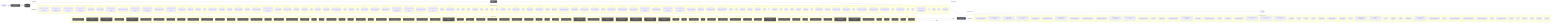
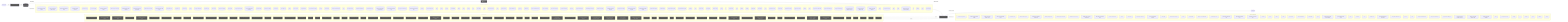
flowchart LR
  UserQ(["👤 User Query"])
  Embed["📐 Embedding Model"]
  VecDB[("📚 Vector Store")]
  Retriever["🔍 Retriever"]
  LLMNode["🧠 LLM / Generator"]
  Output(["✅ Response"])
  UserQ -->|query| Embed
  Embed -->|vector| VecDB
  VecDB -->|top-k chunks| Retriever
  Retriever -->|context + query| LLMNode
  LLMNode -->|generated answer| Output
  subgraph DetectedMemory["Detected memory stores"]
    det_detectedmemory_check_steering_feedback_contract_80134459[("check-steering-feedback-contract")]
    det_detectedmemory_prompt_context_drift_validate_runner_c8ecc6f5[("prompt-context-drift-validate-runner")]
    det_detectedmemory_prompt_context_drift_write_runner_69e6a4fd[("prompt-context-drift-write-runner")]
    det_detectedmemory_normalize_workflow_contracts_8701f1c8[("normalize-workflow-contracts")]
    det_detectedmemory_run_harness_evals_77704768[("run-harness-evals")]
    det_detectedmemory_sync_codex_preflight_7e7a8dc2[("sync-codex-preflight")]
    det_detectedmemory_test_harness_upgrade_matrix_84113c4e[("test-harness-upgrade-matrix")]
    det_detectedmemory_validate_prompt_context_drift_8c949ef6[("validate-prompt-context-drift")]
    det_detectedmemory_validate_runtime_packet_schemas_bc3ba8ec[("validate-runtime-packet-schemas")]
    det_detectedmemory_validate_system_prompt_gap_adoption_62d8c955[("validate-system-prompt-gap-adoption")]
    det_detectedmemory_validate_workflow_contracts_33dc063c[("validate-workflow-contracts")]
    det_detectedmemory_write_prompt_context_drift_report_71a4e149[("write-prompt-context-drift-report")]
    det_detectedmemory_branch_protect_core_a8feb0fd[("branch-protect-core")]
    det_detectedmemory_ci_migrate_core_7005b5af[("ci-migrate-core")]
    det_detectedmemory_context_health_80bb7da9[("context-health")]
    det_detectedmemory_context_ea7792a2[("context")]
    det_detectedmemory_docs_gate_classification_2f51c90b[("docs-gate-classification")]
    det_detectedmemory_docs_gate_types_d285abb6[("docs-gate-types")]
    det_detectedmemory_index_context_de3ed39d[("index-context")]
    det_detectedmemory_local_memory_preflight_dcc36c42[("local-memory-preflight")]
    det_detectedmemory_memory_gate_a577a506[("memory-gate")]
    det_detectedmemory_next_prompt_context_drift_3c5a93d5[("next-prompt-context-drift")]
    det_detectedmemory_next_recommendation_decisions_03315dd4[("next-recommendation-decisions")]
    det_detectedmemory_next_runner_state_be6fe997[("next-runner-state")]
    det_detectedmemory_pattern_scope_siblings_43abe000[("pattern-scope-siblings")]
    det_detectedmemory_review_context_ca6cf81d[("review-context")]
    det_detectedmemory_review_gate_core_4c8001f9[("review-gate-core")]
    det_detectedmemory_search_24193290[("search")]
    det_detectedmemory_session_context_e5ec72c0[("session-context")]
    det_detectedmemory_tooling_audit_core_328d6a41[("tooling-audit-core")]
    det_detectedmemory_run_local_memory_preflight_36e92808[("run-local-memory-preflight")]
    det_detectedmemory_checker_d2d2328e[("checker")]
    det_detectedmemory_context_health_1_ceb11829[("context-health")]
+     det_detectedmemory_prompt_context_drift_surface_c1e30b42[("prompt-context-drift-surface")]
    det_detectedmemory_types_2_d9bc6e7a[("types")]
    det_detectedmemory_branch_protect_sync_570adb18[("branch-protect-sync")]
    det_detectedmemory_command_capability_rules_ca3f496a[("command-capability-rules")]
    det_detectedmemory_command_specs_core_1c0ffc99[("command-specs-core")]
    det_detectedmemory_local_memory_preflight_command_spec_9e23f3ce[("local-memory-preflight-command-spec")]
    det_detectedmemory_memory_gate_command_spec_dc9001a9[("memory-gate-command-spec")]
    det_detectedmemory_review_gate_command_spec_3187376a[("review-gate-command-spec")]
    det_detectedmemory_session_context_command_spec_973afbb1[("session-context-command-spec")]
    det_detectedmemory_constants_7517017f[("constants")]
    det_detectedmemory_context_compact_policy_3dcaf95d[("context-compact-policy")]
    det_detectedmemory_index_3_7e40d474[("index")]
    det_detectedmemory_indexer_70fa78e5[("indexer")]
    det_detectedmemory_init_error_5c7dd49f[("init-error")]
    det_detectedmemory_lexical_fallback_723e2b3e[("lexical-fallback")]
    det_detectedmemory_ollama_76e3c7bf[("ollama")]
    det_detectedmemory_rollout_a4fa034c[("rollout")]
    det_detectedmemory_sources_878a52fc[("sources")]
    det_detectedmemory_store_824d80d7[("store")]
    det_detectedmemory_sync_contract_c79fa191[("sync-contract")]
    det_detectedmemory_types_8_f6283648[("types")]
    det_detectedmemory_harness_run_context_ac7c77a9[("harness-run-context")]
    det_detectedmemory_index_4_013aa0e3[("index")]
    det_detectedmemory_json_schema_core_96d7e328[("json-schema-core")]
    det_detectedmemory_policy_validators_core_714a3fe7[("policy-validators-core")]
    det_detectedmemory_types_core_e405ddca[("types-core")]
    det_detectedmemory_validator_core_4358f8ba[("validator-core")]
    det_detectedmemory_archive_candidates_scanner_d0931789[("archive-candidates-scanner")]
    det_detectedmemory_archive_candidates_dc0e40e1[("archive-candidates")]
    det_detectedmemory_docs_task_eval_contract_79347457[("docs-task-eval-contract")]
    det_detectedmemory_docs_task_eval_fixtures_44902755[("docs-task-eval-fixtures")]
    det_detectedmemory_init_modes_c05ceb07[("init-modes")]
    det_detectedmemory_project_brain_templates_7ef51530[("project-brain-templates")]
    det_detectedmemory_scaffold_diagram_templates_dd88e83c[("scaffold-diagram-templates")]
    det_detectedmemory_scaffold_doc_templates_f6152330[("scaffold-doc-templates")]
    det_detectedmemory_scaffold_environment_templates_c1ceba6a[("scaffold-environment-templates")]
    det_detectedmemory_scaffold_hook_templates_8c74ab50[("scaffold-hook-templates")]
    det_detectedmemory_scaffold_root_command_templates_404fed7f[("scaffold-root-command-templates")]
    det_detectedmemory_scaffold_script_template_registry_69312d4e[("scaffold-script-template-registry")]
    det_detectedmemory_scaffold_shell_templates_0ad0f915[("scaffold-shell-templates")]
    det_detectedmemory_scaffold_surfaces_12d6494e[("scaffold-surfaces")]
    det_detectedmemory_scaffold_template_registry_b1cce2aa[("scaffold-template-registry")]
    det_detectedmemory_scaffold_workflow_template_92310587[("scaffold-workflow-template")]
    det_detectedmemory_eval_seed_5699fd3e[("eval-seed")]
    det_detectedmemory_index_10_f6785a46[("index")]
    det_detectedmemory_review_context_1_e3afed15[("review-context")]
    det_detectedmemory_memory_gate_1_265164ac[("memory-gate")]
    det_detectedmemory_branch_enforcer_acb749cd[("branch-enforcer")]
    det_detectedmemory_cli_args_5_09ea29f0[("cli-args")]
    det_detectedmemory_cli_7_dc4a9f7f[("cli")]
    det_detectedmemory_metrics_tracker_98cec29c[("metrics-tracker")]
    det_detectedmemory_types_20_071a0112[("types")]
    det_detectedmemory_validator_5_b19ac2be[("validator")]
    det_detectedmemory_classifier_fe1991a9[("classifier")]
    det_detectedmemory_tooling_paths_560ac80d[("tooling-paths")]
    det_detectedmemory_claim_helpers_20dc8387[("claim-helpers")]
    det_detectedmemory_types_25_89d086aa[("types")]
    det_detectedmemory_local_memory_smoke_1175abfc[("local-memory-smoke")]
    det_detectedmemory_local_memory_0db17ecc[("local-memory")]
    det_detectedmemory_performance_overload_c685bfcf[("performance-overload")]
    det_detectedmemory_suggestion_generator_0956f794[("suggestion-generator")]
+     det_detectedmemory_git_head_7346fd6a[("git-head")]
    det_detectedmemory_index_12_762ec91b[("index")]
    det_detectedmemory_prompt_context_drift_builder_a451c7dd[("prompt-context-drift-builder")]
    det_detectedmemory_prompt_context_drift_report_3257a95c[("prompt-context-drift-report")]
    det_detectedmemory_prompt_context_drift_types_ba6863d4[("prompt-context-drift-types")]
+     det_detectedmemory_prompt_context_drift_validation_evidence_21f0336f[("prompt-context-drift-validation-evidence")]
+     det_detectedmemory_prompt_context_drift_validation_utils_2285f4ac[("prompt-context-drift-validation-utils")]
+     det_detectedmemory_prompt_context_drift_validation_8fc01719[("prompt-context-drift-validation")]
    det_detectedmemory_index_13_97df39c8[("index")]
    det_detectedmemory_prompt_context_receipt_17b862b2[("prompt-context-receipt")]
    det_detectedmemory_types_32_bfe791ff[("types")]
    det_detectedmemory_policy_1_fc4198db[("policy")]
    det_detectedmemory_runtime_card_codex_runtime_validation_d8ce9934[("runtime-card-codex-runtime-validation")]
    det_detectedmemory_cli_12_01c06c37[("cli")]
    det_detectedmemory_collector_0736fd5b[("collector")]
    det_detectedmemory_types_35_93e66c64[("types")]
    det_detectedmemory_overload_guard_2748c559[("overload-guard")]
  end
  VecDB -. "implemented by" .-> DetectedMemory
  subgraph DetectedLLM["Detected LLM clients"]
    det_detectedllm_check_codex_agent_roles_5bb2e89b["check-codex-agent-roles"]
    det_detectedllm_check_steering_feedback_contract_80134459["check-steering-feedback-contract"]
    det_detectedllm_prompt_context_drift_validate_runner_c8ecc6f5["prompt-context-drift-validate-runner"]
    det_detectedllm_prompt_context_drift_write_runner_69e6a4fd["prompt-context-drift-write-runner"]
    det_detectedllm_run_harness_evals_77704768["run-harness-evals"]
    det_detectedllm_validate_decision_request_2e5c325e["validate-decision-request"]
    det_detectedllm_validate_goal_completion_audit_receipt_100d252c["validate-goal-completion-audit-receipt"]
    det_detectedllm_validate_packaged_skill_5e32c890["validate-packaged-skill"]
    det_detectedllm_validate_prompt_context_drift_8c949ef6["validate-prompt-context-drift"]
    det_detectedllm_validate_reviewer_coverage_251efee3["validate-reviewer-coverage"]
    det_detectedllm_validate_system_prompt_gap_adoption_62d8c955["validate-system-prompt-gap-adoption"]
    det_detectedllm_write_prompt_context_drift_report_71a4e149["write-prompt-context-drift-report"]
    det_detectedllm_check_environment_core_2c16213f["check-environment-core"]
    det_detectedllm_context_ea7792a2["context"]
    det_detectedllm_index_context_de3ed39d["index-context"]
    det_detectedllm_next_prompt_context_drift_3c5a93d5["next-prompt-context-drift"]
    det_detectedllm_next_recommendation_decisions_03315dd4["next-recommendation-decisions"]
    det_detectedllm_prompt_gate_c5e9d207["prompt-gate"]
    det_detectedllm_remediate_runner_helpers_929fedcc["remediate-runner-helpers"]
    det_detectedllm_search_24193290["search"]
    det_detectedllm_context_health_1_ceb11829["context-health"]
+     det_detectedllm_prompt_context_drift_surface_c1e30b42["prompt-context-drift-surface"]
    det_detectedllm_command_specs_core_1c0ffc99["command-specs-core"]
    det_detectedllm_pilot_evaluate_command_spec_1084ea72["pilot-evaluate-command-spec"]
    det_detectedllm_pilot_rollback_command_spec_4fe69f7d["pilot-rollback-command-spec"]
    det_detectedllm_prompt_gate_command_spec_9a941482["prompt-gate-command-spec"]
    det_detectedllm_constants_7517017f["constants"]
    det_detectedllm_index_3_7e40d474["index"]
    det_detectedllm_indexer_70fa78e5["indexer"]
    det_detectedllm_ollama_76e3c7bf["ollama"]
    det_detectedllm_sync_contract_c79fa191["sync-contract"]
    det_detectedllm_north_star_validators_cfc926ce["north-star-validators"]
    det_detectedllm_hilt_boundary_9b36fb15["hilt-boundary"]
    det_detectedllm_types_10_75e5a4a0["types"]
    det_detectedllm_goal_completion_audit_receipt_validation_9d0f4891["goal-completion-audit-receipt-validation"]
    det_detectedllm_goal_completion_audit_receipt_5e4939c3["goal-completion-audit-receipt"]
    det_detectedllm_index_5_522f772a["index"]
    det_detectedllm_constants_1_a84e15f0["constants"]
    det_detectedllm_types_18_37582e2a["types"]
    det_detectedllm_sensitive_text_7c11f760["sensitive-text"]
    det_detectedllm_pr_template_linked_issue_relationship_a7b61f2c["pr-template-linked-issue-relationship"]
    det_detectedllm_pr_template_validator_rules_20a32d6b["pr-template-validator-rules"]
+     det_detectedllm_git_head_7346fd6a["git-head"]
    det_detectedllm_index_12_762ec91b["index"]
    det_detectedllm_prompt_context_drift_builder_a451c7dd["prompt-context-drift-builder"]
    det_detectedllm_prompt_context_drift_report_3257a95c["prompt-context-drift-report"]
    det_detectedllm_prompt_context_drift_types_ba6863d4["prompt-context-drift-types"]
+     det_detectedllm_prompt_context_drift_validation_evidence_21f0336f["prompt-context-drift-validation-evidence"]
+     det_detectedllm_prompt_context_drift_validation_utils_2285f4ac["prompt-context-drift-validation-utils"]
+     det_detectedllm_prompt_context_drift_validation_8fc01719["prompt-context-drift-validation"]
    det_detectedllm_index_13_97df39c8["index"]
    det_detectedllm_prompt_context_receipt_17b862b2["prompt-context-receipt"]
    det_detectedllm_cli_args_9_9c136878["cli-args"]
    det_detectedllm_cli_11_338a8415["cli"]
    det_detectedllm_sections_4697ef32["sections"]
    det_detectedllm_types_28_4476fcc6["types"]
    det_detectedllm_validator_7_f836eb0e["validator"]
    det_detectedllm_cli_args_10_861cdd3f["cli-args"]
  end
  LLMNode -. "implemented by" .-> DetectedLLM
  subgraph DetectedTools["Agentic tool calls"]
    det_detectedtools_check_codex_agent_roles_5bb2e89b["🔧 check-codex-agent-roles"]
    det_detectedtools_check_steering_feedback_contract_80134459["🔧 check-steering-feedback-contract"]
    det_detectedtools_check_tooling_baseline_parity_3124b30a["🔧 check-tooling-baseline-parity"]
    det_detectedtools_run_harness_evals_77704768["🔧 run-harness-evals"]
    det_detectedtools_validate_action_review_receipt_fa2f06c3["🔧 validate-action-review-receipt"]
    det_detectedtools_validate_packaged_skill_5e32c890["🔧 validate-packaged-skill"]
    det_detectedtools_validate_replay_packet_f309747e["🔧 validate-replay-packet"]
    det_detectedtools_ci_migrate_core_7005b5af["🔧 ci-migrate-core"]
    det_detectedtools_doctor_checks_5a2eb2b9["🔧 doctor-checks"]
    det_detectedtools_doctor_github_tool_check_e0a938df["🔧 doctor-github-tool-check"]
    det_detectedtools_doctor_github_tool_checks_a53b0382["🔧 doctor-github-tool-checks"]
    det_detectedtools_doctor_tool_checks_4acac51a["🔧 doctor-tool-checks"]
    det_detectedtools_fleet_plan_repo_ecdc6499["🔧 fleet-plan-repo"]
    det_detectedtools_next_blocked_decisions_4140ad2b["🔧 next-blocked-decisions"]
    det_detectedtools_next_pr_closeout_contract_af31d30a["🔧 next-pr-closeout-contract"]
    det_detectedtools_policy_gate_213f7313["🔧 policy-gate"]
    det_detectedtools_remediate_cli_output_cc165396["🔧 remediate-cli-output"]
    det_detectedtools_remediate_runner_helpers_929fedcc["🔧 remediate-runner-helpers"]
    det_detectedtools_review_gate_core_4c8001f9["🔧 review-gate-core"]
    det_detectedtools_index_1bc04b52["🔧 index"]
    det_detectedtools_types_1_4ecdf56e["🔧 types"]
    det_detectedtools_validation_constants_e002a0f6["🔧 validation-constants"]
    det_detectedtools_validation_98c41dcd["🔧 validation"]
    det_detectedtools_checker_d2d2328e["🔧 checker"]
    det_detectedtools_shared_state_policy_edc9c4db["🔧 shared-state-policy"]
    det_detectedtools_cli_args_1_6144b055["🔧 cli-args"]
    det_detectedtools_command_capabilities_a4d5c71e["🔧 command-capabilities"]
    det_detectedtools_command_capability_rules_ca3f496a["🔧 command-capability-rules"]
    det_detectedtools_linear_command_actions_e430f4f4["🔧 linear-command-actions"]
    det_detectedtools_linear_command_runner_4a740dfc["🔧 linear-command-runner"]
    det_detectedtools_policy_validators_core_714a3fe7["🔧 policy-validators-core"]
    det_detectedtools_shared_state_action_validator_e7b128cd["🔧 shared-state-action-validator"]
    det_detectedtools_types_core_e405ddca["🔧 types-core"]
    det_detectedtools_validator_core_4358f8ba["🔧 validator-core"]
    det_detectedtools_validator_helpers_7b927667["🔧 validator-helpers"]
    det_detectedtools_he_phase_exit_core_1148895b["🔧 he-phase-exit-core"]
    det_detectedtools_environment_runtime_3206f0a8["🔧 environment-runtime"]
    det_detectedtools_observed_skill_usage_ed7d5930["🔧 observed-skill-usage"]
    det_detectedtools_closure_evidence_aaa31467["🔧 closure-evidence"]
    det_detectedtools_pr_creator_dc6b1ea4["🔧 pr-creator"]
    det_detectedtools_client_948fe603["🔧 client"]
    det_detectedtools_init_output_360dce91["🔧 init-output"]
    det_detectedtools_scaffold_ci_templates_2afd6392["🔧 scaffold-ci-templates"]
    det_detectedtools_scaffold_codex_environment_templates_334fbbed["🔧 scaffold-codex-environment-templates"]
    det_detectedtools_scaffold_config_templates_4b80ce53["🔧 scaffold-config-templates"]
    det_detectedtools_scaffold_environment_templates_c1ceba6a["🔧 scaffold-environment-templates"]
    det_detectedtools_scaffold_github_actions_pr_pipeline_renderer_1ee18de5["🔧 scaffold-github-actions-pr-pipeline-renderer"]
    det_detectedtools_scaffold_github_actions_pr_pipeline_template_e2b85f62["🔧 scaffold-github-actions-pr-pipeline-template"]
    det_detectedtools_scaffold_package_command_template_80e32e83["🔧 scaffold-package-command-template"]
    det_detectedtools_scaffold_release_private_npm_template_075499f8["🔧 scaffold-release-private-npm-template"]
    det_detectedtools_constants_1_a84e15f0["🔧 constants"]
    det_detectedtools_index_9_32dd4d91["🔧 index"]
    det_detectedtools_validation_common_6161e48b["🔧 validation-common"]
    det_detectedtools_cli_7_dc4a9f7f["🔧 cli"]
    det_detectedtools_metrics_tracker_98cec29c["🔧 metrics-tracker"]
    det_detectedtools_normalise_renderer_85f2e563["🔧 normalise-renderer"]
    det_detectedtools_evaluation_engine_core_e054fe49["🔧 evaluation-engine-core"]
    det_detectedtools_tooling_baseline_50ab2eeb["🔧 tooling-baseline"]
    det_detectedtools_tooling_paths_560ac80d["🔧 tooling-paths"]
    det_detectedtools_prompt_context_drift_report_3257a95c["🔧 prompt-context-drift-report"]
    det_detectedtools_prompt_context_drift_types_ba6863d4["🔧 prompt-context-drift-types"]
+     det_detectedtools_prompt_context_drift_validation_utils_2285f4ac["🔧 prompt-context-drift-validation-utils"]
    det_detectedtools_replay_packet_a1293f88["🔧 replay-packet"]
    det_detectedtools_index_14_d982116c["🔧 index"]
    det_detectedtools_review_lifecycle_contract_e5447221["🔧 review-lifecycle-contract"]
    det_detectedtools_review_lifecycle_89afa64c["🔧 review-lifecycle"]
    det_detectedtools_runtime_card_codex_runtime_validation_d8ce9934["🔧 runtime-card-codex-runtime-validation"]
    det_detectedtools_runtime_card_codex_runtime_0655e230["🔧 runtime-card-codex-runtime"]
    det_detectedtools_runtime_evidence_bundle_d471a232["🔧 runtime-evidence-bundle"]
    det_detectedtools_types_37_32ccf9f9["🔧 types"]
    det_detectedtools_index_17_642943a2["🔧 index"]
    det_detectedtools_projection_1b250ea1["🔧 projection"]
    det_detectedtools_types_39_d07de160["🔧 types"]
    det_detectedtools_validation_8_b9fa10af["🔧 validation"]
  end
  LLMNode -->|tool use| DetectedTools
  DetectedTools -->|result| LLMNode
  classDef memNode fill:#555,color:#fff
  class VecDB,Retriever memNode
  classDef llmNode fill:#555,color:#fff
  class LLMNode,Embed llmNode
  classDef toolNode fill:#555,color:#fff
-   class det_detectedtools_check_codex_agent_roles_5bb2e89b,det_detectedtools_check_steering_feedback_contract_80134459,det_detectedtools_check_tooling_baseline_parity_3124b30a,det_detectedtools_run_harness_evals_77704768,det_detectedtools_validate_action_review_receipt_fa2f06c3,det_detectedtools_validate_packaged_skill_5e32c890,det_detectedtools_validate_replay_packet_f309747e,det_detectedtools_ci_migrate_core_7005b5af,det_detectedtools_doctor_checks_5a2eb2b9,det_detectedtools_doctor_github_tool_check_e0a938df,det_detectedtools_doctor_github_tool_checks_a53b0382,det_detectedtools_doctor_tool_checks_4acac51a,det_detectedtools_fleet_plan_repo_ecdc6499,det_detectedtools_next_blocked_decisions_4140ad2b,det_detectedtools_next_pr_closeout_contract_af31d30a,det_detectedtools_policy_gate_213f7313,det_detectedtools_remediate_cli_output_cc165396,det_detectedtools_remediate_runner_helpers_929fedcc,det_detectedtools_review_gate_core_4c8001f9,det_detectedtools_index_1bc04b52,det_detectedtools_types_1_4ecdf56e,det_detectedtools_validation_constants_e002a0f6,det_detectedtools_validation_98c41dcd,det_detectedtools_checker_d2d2328e,det_detectedtools_shared_state_policy_edc9c4db,det_detectedtools_cli_args_1_6144b055,det_detectedtools_command_capabilities_a4d5c71e,det_detectedtools_command_capability_rules_ca3f496a,det_detectedtools_linear_command_actions_e430f4f4,det_detectedtools_linear_command_runner_4a740dfc,det_detectedtools_policy_validators_core_714a3fe7,det_detectedtools_shared_state_action_validator_e7b128cd,det_detectedtools_types_core_e405ddca,det_detectedtools_validator_core_4358f8ba,det_detectedtools_validator_helpers_7b927667,det_detectedtools_he_phase_exit_core_1148895b,det_detectedtools_environment_runtime_3206f0a8,det_detectedtools_observed_skill_usage_ed7d5930,det_detectedtools_closure_evidence_aaa31467,det_detectedtools_pr_creator_dc6b1ea4,det_detectedtools_client_948fe603,det_detectedtools_init_output_360dce91,det_detectedtools_scaffold_ci_templates_2afd6392,det_detectedtools_scaffold_codex_environment_templates_334fbbed,det_detectedtools_scaffold_config_templates_4b80ce53,det_detectedtools_scaffold_environment_templates_c1ceba6a,det_detectedtools_scaffold_github_actions_pr_pipeline_renderer_1ee18de5,det_detectedtools_scaffold_github_actions_pr_pipeline_template_e2b85f62,det_detectedtools_scaffold_package_command_template_80e32e83,det_detectedtools_scaffold_release_private_npm_template_075499f8,det_detectedtools_constants_1_a84e15f0,det_detectedtools_index_9_32dd4d91,det_detectedtools_validation_common_6161e48b,det_detectedtools_cli_7_dc4a9f7f,det_detectedtools_metrics_tracker_98cec29c,det_detectedtools_normalise_renderer_85f2e563,det_detectedtools_evaluation_engine_core_e054fe49,det_detectedtools_tooling_baseline_50ab2eeb,det_detectedtools_tooling_paths_560ac80d,det_detectedtools_prompt_context_drift_report_3257a95c,det_detectedtools_prompt_context_drift_types_ba6863d4,det_detectedtools_replay_packet_a1293f88,det_detectedtools_index_14_d982116c,det_detectedtools_review_lifecycle_contract_e5447221,det_detectedtools_review_lifecycle_89afa64c,det_detectedtools_runtime_card_codex_runtime_validation_d8ce9934,det_detectedtools_runtime_card_codex_runtime_0655e230,det_detectedtools_runtime_evidence_bundle_d471a232,det_detectedtools_types_37_32ccf9f9,det_detectedtools_index_17_642943a2,det_detectedtools_projection_1b250ea1,det_detectedtools_types_39_d07de160,det_detectedtools_validation_8_b9fa10af toolNode
+   class det_detectedtools_check_codex_agent_roles_5bb2e89b,det_detectedtools_check_steering_feedback_contract_80134459,det_detectedtools_check_tooling_baseline_parity_3124b30a,det_detectedtools_run_harness_evals_77704768,det_detectedtools_validate_action_review_receipt_fa2f06c3,det_detectedtools_validate_packaged_skill_5e32c890,det_detectedtools_validate_replay_packet_f309747e,det_detectedtools_ci_migrate_core_7005b5af,det_detectedtools_doctor_checks_5a2eb2b9,det_detectedtools_doctor_github_tool_check_e0a938df,det_detectedtools_doctor_github_tool_checks_a53b0382,det_detectedtools_doctor_tool_checks_4acac51a,det_detectedtools_fleet_plan_repo_ecdc6499,det_detectedtools_next_blocked_decisions_4140ad2b,det_detectedtools_next_pr_closeout_contract_af31d30a,det_detectedtools_policy_gate_213f7313,det_detectedtools_remediate_cli_output_cc165396,det_detectedtools_remediate_runner_helpers_929fedcc,det_detectedtools_review_gate_core_4c8001f9,det_detectedtools_index_1bc04b52,det_detectedtools_types_1_4ecdf56e,det_detectedtools_validation_constants_e002a0f6,det_detectedtools_validation_98c41dcd,det_detectedtools_checker_d2d2328e,det_detectedtools_shared_state_policy_edc9c4db,det_detectedtools_cli_args_1_6144b055,det_detectedtools_command_capabilities_a4d5c71e,det_detectedtools_command_capability_rules_ca3f496a,det_detectedtools_linear_command_actions_e430f4f4,det_detectedtools_linear_command_runner_4a740dfc,det_detectedtools_policy_validators_core_714a3fe7,det_detectedtools_shared_state_action_validator_e7b128cd,det_detectedtools_types_core_e405ddca,det_detectedtools_validator_core_4358f8ba,det_detectedtools_validator_helpers_7b927667,det_detectedtools_he_phase_exit_core_1148895b,det_detectedtools_environment_runtime_3206f0a8,det_detectedtools_observed_skill_usage_ed7d5930,det_detectedtools_closure_evidence_aaa31467,det_detectedtools_pr_creator_dc6b1ea4,det_detectedtools_client_948fe603,det_detectedtools_init_output_360dce91,det_detectedtools_scaffold_ci_templates_2afd6392,det_detectedtools_scaffold_codex_environment_templates_334fbbed,det_detectedtools_scaffold_config_templates_4b80ce53,det_detectedtools_scaffold_environment_templates_c1ceba6a,det_detectedtools_scaffold_github_actions_pr_pipeline_renderer_1ee18de5,det_detectedtools_scaffold_github_actions_pr_pipeline_template_e2b85f62,det_detectedtools_scaffold_package_command_template_80e32e83,det_detectedtools_scaffold_release_private_npm_template_075499f8,det_detectedtools_constants_1_a84e15f0,det_detectedtools_index_9_32dd4d91,det_detectedtools_validation_common_6161e48b,det_detectedtools_cli_7_dc4a9f7f,det_detectedtools_metrics_tracker_98cec29c,det_detectedtools_normalise_renderer_85f2e563,det_detectedtools_evaluation_engine_core_e054fe49,det_detectedtools_tooling_baseline_50ab2eeb,det_detectedtools_tooling_paths_560ac80d,det_detectedtools_prompt_context_drift_report_3257a95c,det_detectedtools_prompt_context_drift_types_ba6863d4,det_detectedtools_prompt_context_drift_validation_utils_2285f4ac,det_detectedtools_replay_packet_a1293f88,det_detectedtools_index_14_d982116c,det_detectedtools_review_lifecycle_contract_e5447221,det_detectedtools_review_lifecycle_89afa64c,det_detectedtools_runtime_card_codex_runtime_validation_d8ce9934,det_detectedtools_runtime_card_codex_runtime_0655e230,det_detectedtools_runtime_evidence_bundle_d471a232,det_detectedtools_types_37_32ccf9f9,det_detectedtools_index_17_642943a2,det_detectedtools_projection_1b250ea1,det_detectedtools_types_39_d07de160,det_detectedtools_validation_8_b9fa10af toolNode
